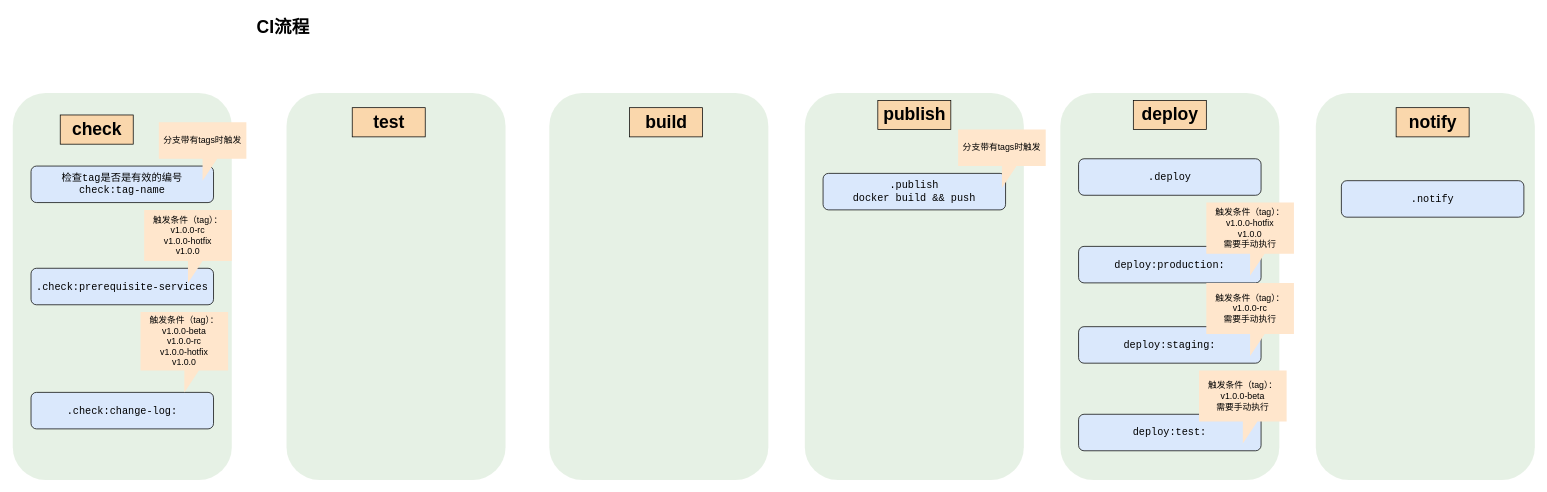
This is Untitled Diagram.drawio from juqiPeng/Diagram.drawio, a draw.io file, before an edit. Source tidied: cells renumbered, new cells numbered last; positions are measured from the earlier drawing's top-left corner, leaving out a move shared by most shapes. Both pictures are drawn from the tidied source at 73%, with x=0, y=0 at pixel (12, 12).
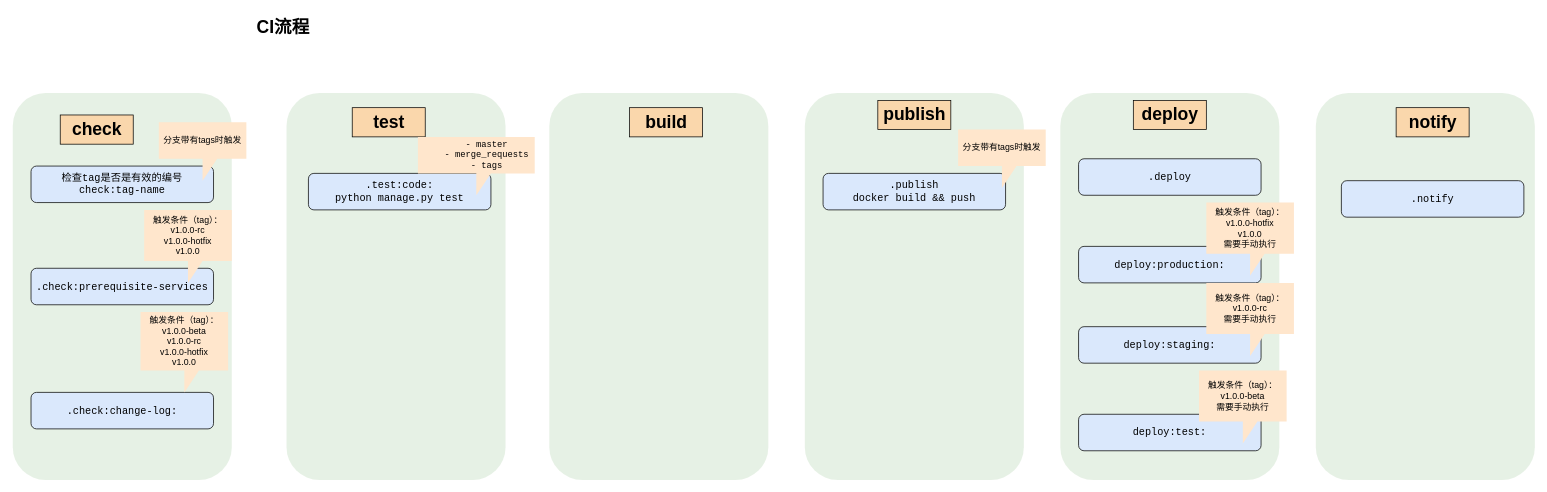
After the change.

Diff of the diagram source:
```diff
@@
+    <mxCell id="31" value="&lt;code&gt;.test:code:&lt;br&gt;&lt;code&gt;python manage.py test&lt;/code&gt;&lt;br&gt;&lt;/code&gt;" style="rounded=1;whiteSpace=wrap;html=1;strokeColor=default;fillColor=#dae8fc;align=center;fontSize=14;" parent="1" vertex="1">
+      <mxGeometry x="405" y="220" width="250" height="50" as="geometry" />
+    </mxCell>
+    <mxCell id="32" value="&lt;pre class=&quot;code highlight&quot; lang=&quot;yaml&quot;&gt;&lt;span id=&quot;LC45&quot; class=&quot;line&quot; lang=&quot;yaml&quot;&gt;    &lt;span class=&quot;pi&quot;&gt;-&lt;/span&gt; &lt;span class=&quot;s&quot;&gt;master&lt;/span&gt;&lt;/span&gt;&lt;br/&gt;&lt;span id=&quot;LC46&quot; class=&quot;line&quot; lang=&quot;yaml&quot;&gt;    &lt;span class=&quot;pi&quot;&gt;-&lt;/span&gt; &lt;span class=&quot;s&quot;&gt;merge_requests&lt;/span&gt;&lt;/span&gt;&lt;br/&gt;&lt;span id=&quot;LC47&quot; class=&quot;line&quot; lang=&quot;yaml&quot;&gt;    &lt;span class=&quot;pi&quot;&gt;-&lt;/span&gt; &lt;span class=&quot;s&quot;&gt;tags&lt;/span&gt;&lt;/span&gt;&lt;br/&gt;&lt;/pre&gt;" style="shape=callout;whiteSpace=wrap;html=1;perimeter=calloutPerimeter;strokeColor=none;fillColor=#ffe6cc;" parent="1" vertex="1">
+      <mxGeometry x="555" y="170" width="160" height="80" as="geometry" />
+    </mxCell>
```
